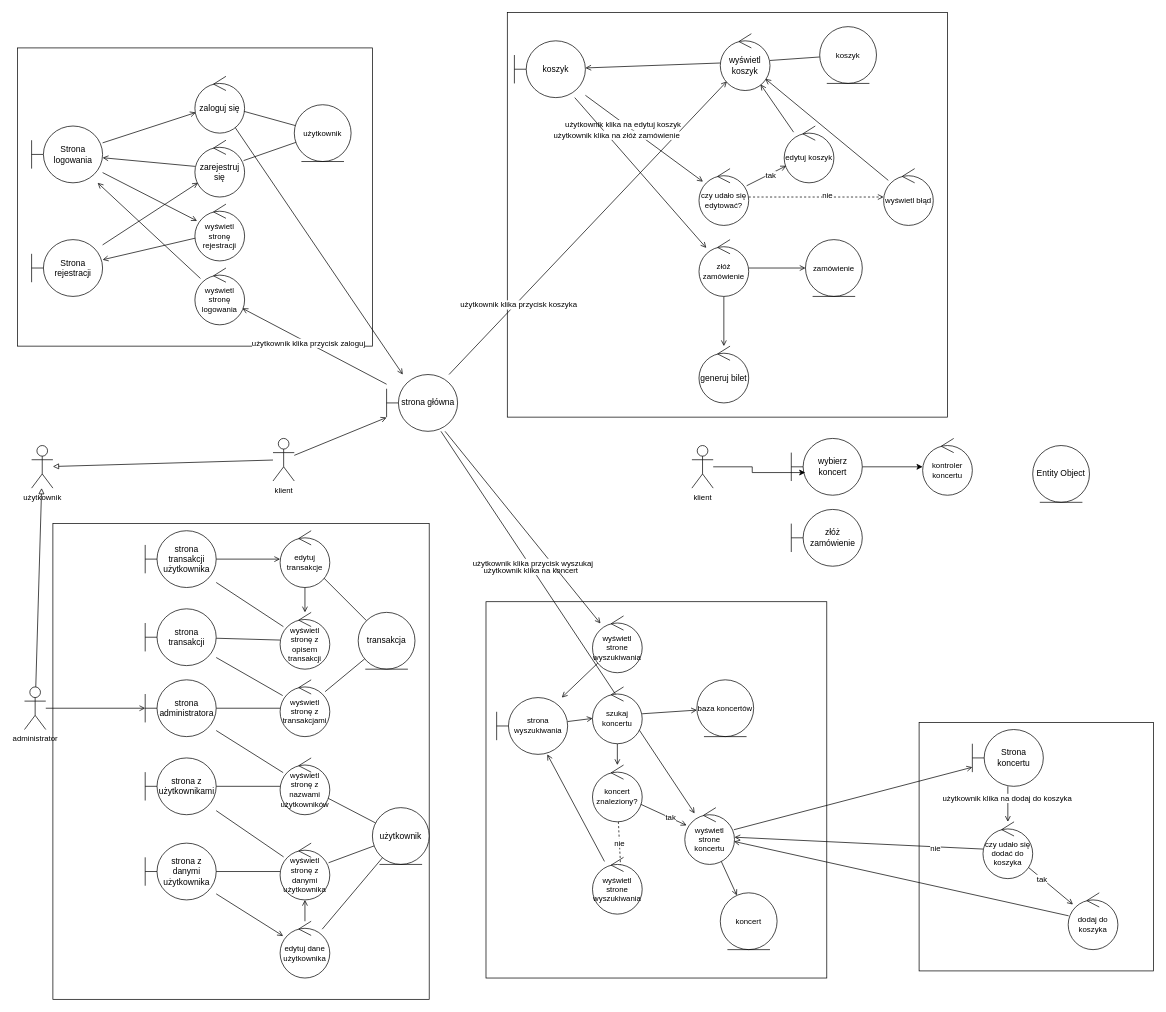
imgres2002/projekt_PSI keeps this draw.io diagram as page "demo" (1 of 2) of diagram_analityczny.drawio. Above is the earlier version. Source tidied: cells renumbered, new cells numbered last; positions are measured from the earlier drawing's top-left corner, leaving out a move shared by most shapes. Both pictures are drawn from the tidied source at 71%, with x=0, y=0 at pixel (17, 12).
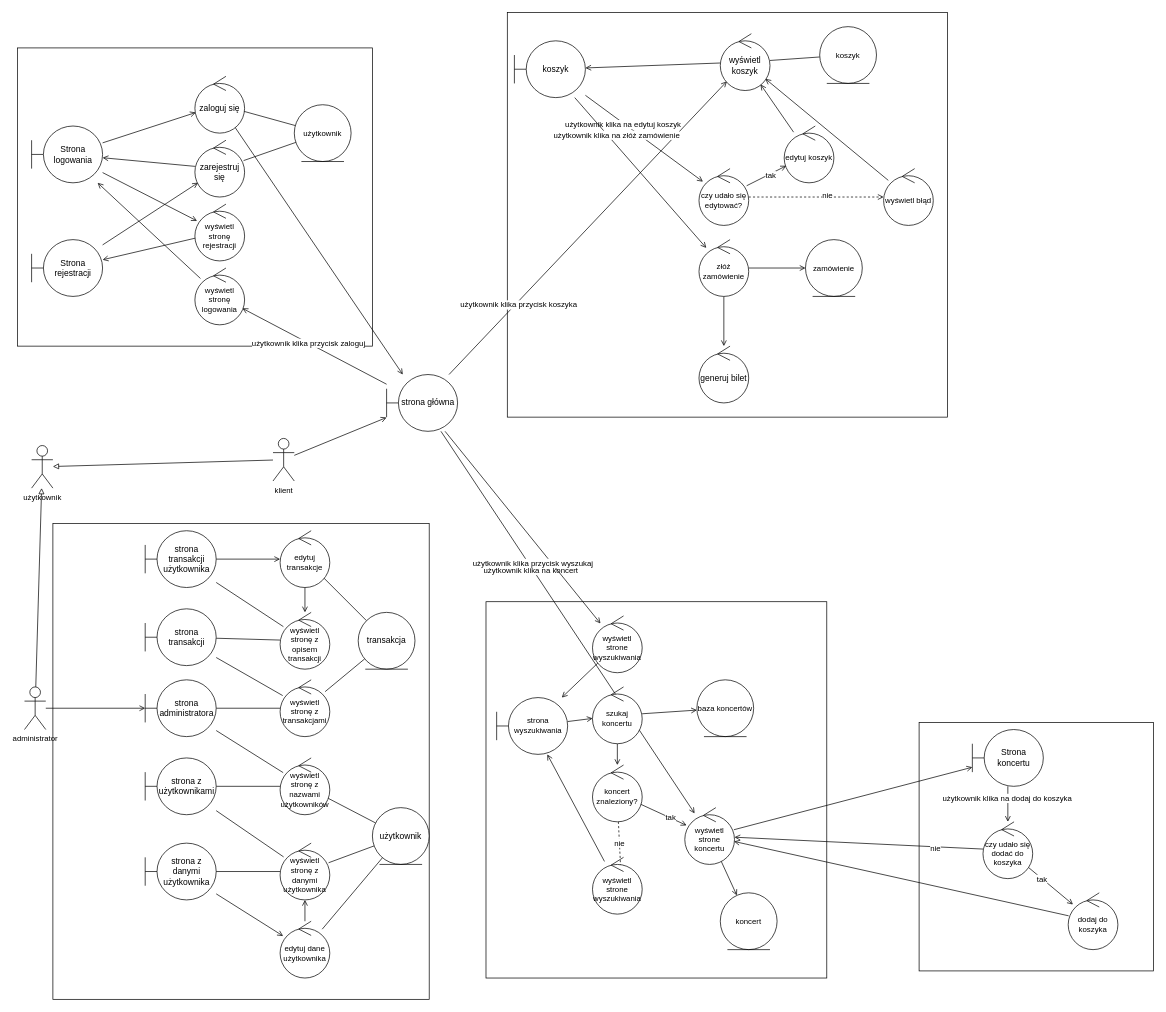
The same page after the edit.

What changed in the source:
```diff
@@
-    <mxCell id="121" style="edgeStyle=orthogonalEdgeStyle;rounded=0;jettySize=auto;html=1;" parent="1" edge="1" source="122" target="125">
-      <mxGeometry relative="1" as="geometry" />
-    </mxCell>
-    <mxCell id="122" value="wybierz koncert" style="shape=umlBoundary;whiteSpace=wrap;html=1;" parent="1" vertex="1">
-      <mxGeometry x="1090" y="600" width="100" height="80" as="geometry" />
-    </mxCell>
-    <mxCell id="123" style="edgeStyle=orthogonalEdgeStyle;rounded=0;jettySize=auto;html=1;entryX=0.197;entryY=0.601;entryDx=0;entryDy=0;entryPerimeter=0;" parent="1" edge="1" source="124" target="122">
-      <mxGeometry relative="1" as="geometry" />
-    </mxCell>
-    <mxCell id="124" value="klient" style="shape=umlActor;verticalLabelPosition=bottom;verticalAlign=top;html=1;fontFamily=Helvetica;fontSize=11;fontColor=default;" parent="1" vertex="1">
-      <mxGeometry x="950" y="610" width="30" height="60" as="geometry" />
-    </mxCell>
-    <mxCell id="125" value="kontroler koncertu" style="ellipse;shape=umlControl;whiteSpace=wrap;html=1;fontFamily=Helvetica;fontSize=11;fontColor=default;" parent="1" vertex="1">
-      <mxGeometry x="1275" y="600" width="70" height="80" as="geometry" />
-    </mxCell>
-    <mxCell id="126" value="Entity Object" style="ellipse;shape=umlEntity;whiteSpace=wrap;html=1;" parent="1" vertex="1">
-      <mxGeometry x="1430" y="610" width="80" height="80" as="geometry" />
-    </mxCell>
-    <mxCell id="127" value="złóż zamówienie" style="shape=umlBoundary;whiteSpace=wrap;html=1;" parent="1" vertex="1">
-      <mxGeometry x="1090" y="700" width="100" height="80" as="geometry" />
-    </mxCell>
```
